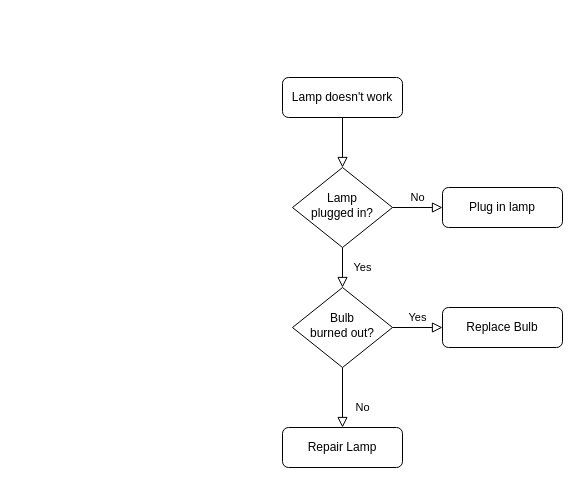
This is lab4/Диаграмма без названия.drawio from imkonyahin/2023_2024-cloud-platforms-as-the-basis-of-technology-entrepreneurship-u4125-konyahin, a draw.io file, before an edit. Source tidied: cells renumbered, new cells numbered last; positions are measured from the earlier drawing's top-left corner, leaving out a move shared by most shapes. Both pictures are drawn from the tidied source at 100%, with x=0, y=0 at pixel (282, 77). Pictures stored in the file or linked from it are replaced by grey dashed boxes.
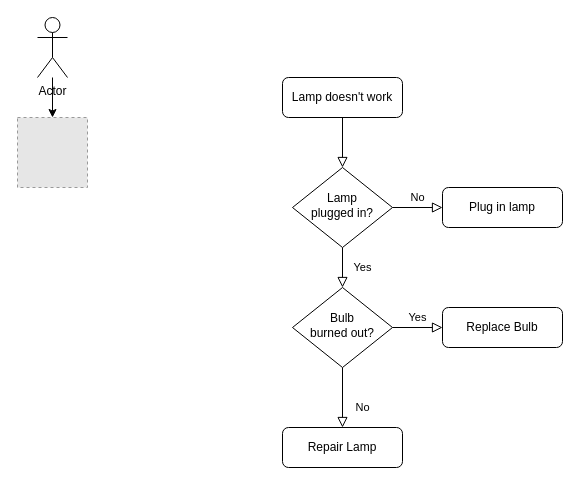
Above is the later version.

Change to the diagram source:
```diff
@@
 <mxGraphModel>
   <root>
     <mxCell id="0" />
     <mxCell id="1" parent="0" />
     <mxCell id="2" style="rounded=0;html=1;jettySize=auto;fontSize=11;endArrow=block;endFill=0;endSize=8;strokeWidth=1;shadow=0;labelBackgroundColor=none;edgeStyle=orthogonalEdgeStyle;" parent="1" edge="1" source="3" target="6">
       <mxGeometry relative="1" as="geometry" />
     </mxCell>
     <mxCell id="3" value="Lamp doesn't work" style="rounded=1;whiteSpace=wrap;html=1;fontSize=12;glass=0;strokeWidth=1;shadow=0;" parent="1" vertex="1">
       <mxGeometry width="120" height="40" as="geometry" />
     </mxCell>
     <mxCell id="4" value="Yes" style="rounded=0;html=1;jettySize=auto;fontSize=11;endArrow=block;endFill=0;endSize=8;strokeWidth=1;shadow=0;labelBackgroundColor=none;edgeStyle=orthogonalEdgeStyle;" parent="1" edge="1" source="6" target="10">
       <mxGeometry y="20" relative="1" as="geometry" />
     </mxCell>
     <mxCell id="5" value="No" style="edgeStyle=orthogonalEdgeStyle;rounded=0;html=1;jettySize=auto;fontSize=11;endArrow=block;endFill=0;endSize=8;strokeWidth=1;shadow=0;labelBackgroundColor=none;" parent="1" edge="1" source="6" target="7">
       <mxGeometry y="10" relative="1" as="geometry" />
     </mxCell>
     <mxCell id="6" value="Lamp&lt;br&gt;plugged in?" style="rhombus;whiteSpace=wrap;html=1;shadow=0;fontFamily=Helvetica;fontSize=12;align=center;strokeWidth=1;spacing=6;spacingTop=-4;" parent="1" vertex="1">
       <mxGeometry x="10" y="90" width="100" height="80" as="geometry" />
     </mxCell>
     <mxCell id="7" value="Plug in lamp" style="rounded=1;whiteSpace=wrap;html=1;fontSize=12;glass=0;strokeWidth=1;shadow=0;" parent="1" vertex="1">
       <mxGeometry x="160" y="110" width="120" height="40" as="geometry" />
     </mxCell>
     <mxCell id="8" value="No" style="rounded=0;html=1;jettySize=auto;fontSize=11;endArrow=block;endFill=0;endSize=8;strokeWidth=1;shadow=0;labelBackgroundColor=none;edgeStyle=orthogonalEdgeStyle;" parent="1" edge="1" source="10" target="11">
       <mxGeometry x="0.33" y="20" relative="1" as="geometry" />
     </mxCell>
     <mxCell id="9" value="Yes" style="edgeStyle=orthogonalEdgeStyle;rounded=0;html=1;jettySize=auto;fontSize=11;endArrow=block;endFill=0;endSize=8;strokeWidth=1;shadow=0;labelBackgroundColor=none;" parent="1" edge="1" source="10" target="12">
       <mxGeometry y="10" relative="1" as="geometry" />
     </mxCell>
     <mxCell id="10" value="Bulb&lt;br&gt;burned out?" style="rhombus;whiteSpace=wrap;html=1;shadow=0;fontFamily=Helvetica;fontSize=12;align=center;strokeWidth=1;spacing=6;spacingTop=-4;" parent="1" vertex="1">
       <mxGeometry x="10" y="210" width="100" height="80" as="geometry" />
     </mxCell>
     <mxCell id="11" value="Repair Lamp" style="rounded=1;whiteSpace=wrap;html=1;fontSize=12;glass=0;strokeWidth=1;shadow=0;" parent="1" vertex="1">
       <mxGeometry y="350" width="120" height="40" as="geometry" />
     </mxCell>
     <mxCell id="12" value="Replace Bulb" style="rounded=1;whiteSpace=wrap;html=1;fontSize=12;glass=0;strokeWidth=1;shadow=0;" parent="1" vertex="1">
       <mxGeometry x="160" y="230" width="120" height="40" as="geometry" />
     </mxCell>
+    <mxCell id="13" style="edgeStyle=orthogonalEdgeStyle;rounded=0;jettySize=auto;html=1;" parent="1" edge="1" source="14" target="15">
+      <mxGeometry relative="1" as="geometry" />
+    </mxCell>
+    <mxCell id="14" value="Actor" style="shape=umlActor;verticalLabelPosition=bottom;verticalAlign=top;html=1;outlineConnect=0;" parent="1" vertex="1">
+      <mxGeometry x="-245" y="-60" width="30" height="60" as="geometry" />
+    </mxCell>
+    <mxCell id="15" style="fillColor=#E6E6E6;strokeColor=#999999;dashed=1;html=1;verticalAlign=top;verticalLabelPosition=bottom;labelBackgroundColor=#ffffff;" parent="1" vertex="1">
+      <mxGeometry x="-265" y="40" width="70" height="70" as="geometry" />
+    </mxCell>
   </root>
 </mxGraphModel>
```
